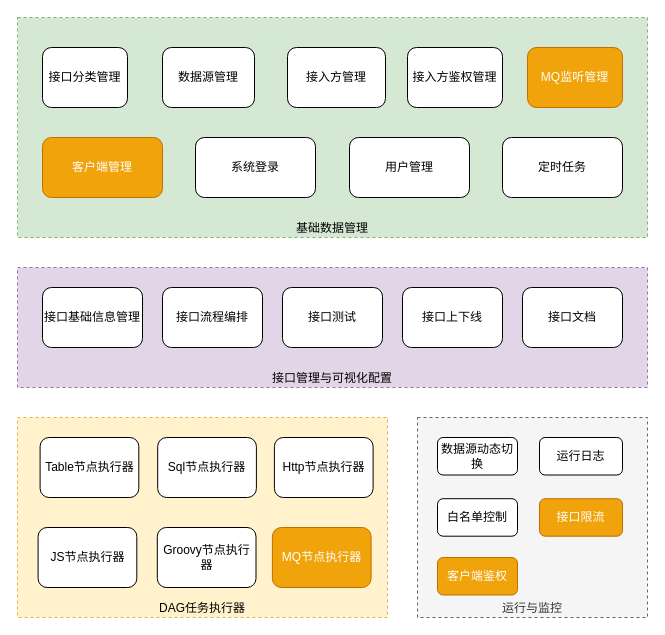
This is page "系统功能架构" (1 of 4) of docs/架构图.drawio from icarusliu/flowstone-api, a draw.io file, before an edit. Source tidied: cells renumbered, new cells numbered last; positions are measured from the earlier drawing's top-left corner, leaving out a move shared by most shapes. Both pictures are drawn from the tidied source at 100%, with x=0, y=0 at pixel (17, 17).
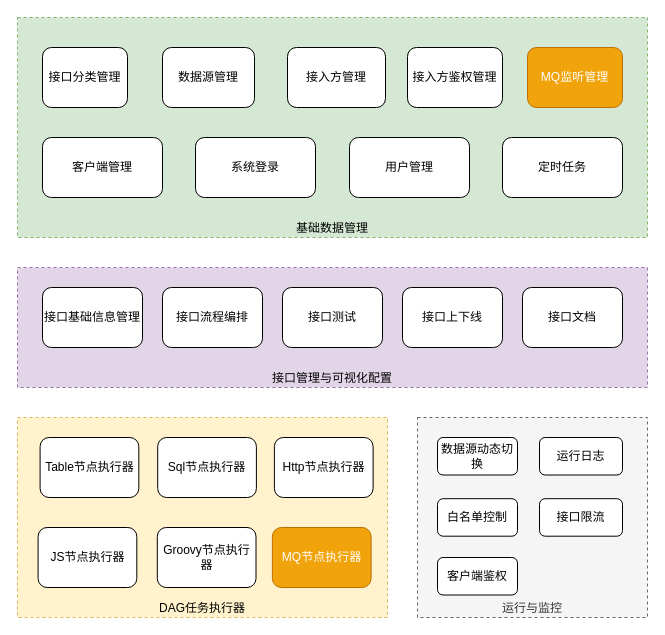
Above is the later version.

The change refers to these unchanged cells:
```xml
<mxCell id="22" style="group;" parent="1" vertex="1">
  <mxGeometry width="630" height="220" as="geometry" />
</mxCell>
```

What changed in the source:
```diff
@@
-    <mxCell id="11" value="接口限流" style="rounded=1;whiteSpace=wrap;html=1;flipV=1;fillColor=#f0a30a;fontColor=#FFFFFF;strokeColor=#BD7000;" parent="1" vertex="1">
+    <mxCell id="11" value="接口限流" style="rounded=1;whiteSpace=wrap;html=1;flipV=1;" parent="1" vertex="1">
       <mxGeometry x="522" y="481.2" width="83" height="37.5" as="geometry" />
     </mxCell>
-    <mxCell id="12" value="客户端鉴权" style="rounded=1;whiteSpace=wrap;html=1;flipV=1;fillColor=#f0a30a;fontColor=#FFFFFF;strokeColor=#BD7000;" parent="1" vertex="1">
+    <mxCell id="12" value="客户端鉴权" style="rounded=1;whiteSpace=wrap;html=1;flipV=1;" parent="1" vertex="1">
       <mxGeometry x="420" y="540" width="80" height="37.5" as="geometry" />
     </mxCell>
@@
-    <mxCell id="31" value="客户端管理" style="rounded=1;whiteSpace=wrap;html=1;fillColor=#f0a30a;fontColor=#FFFFFF;strokeColor=#BD7000;" parent="22" vertex="1">
+    <mxCell id="31" value="客户端管理" style="rounded=1;whiteSpace=wrap;html=1;" parent="22" vertex="1">
       <mxGeometry x="25" y="120" width="120" height="60" as="geometry" />
     </mxCell>
```
